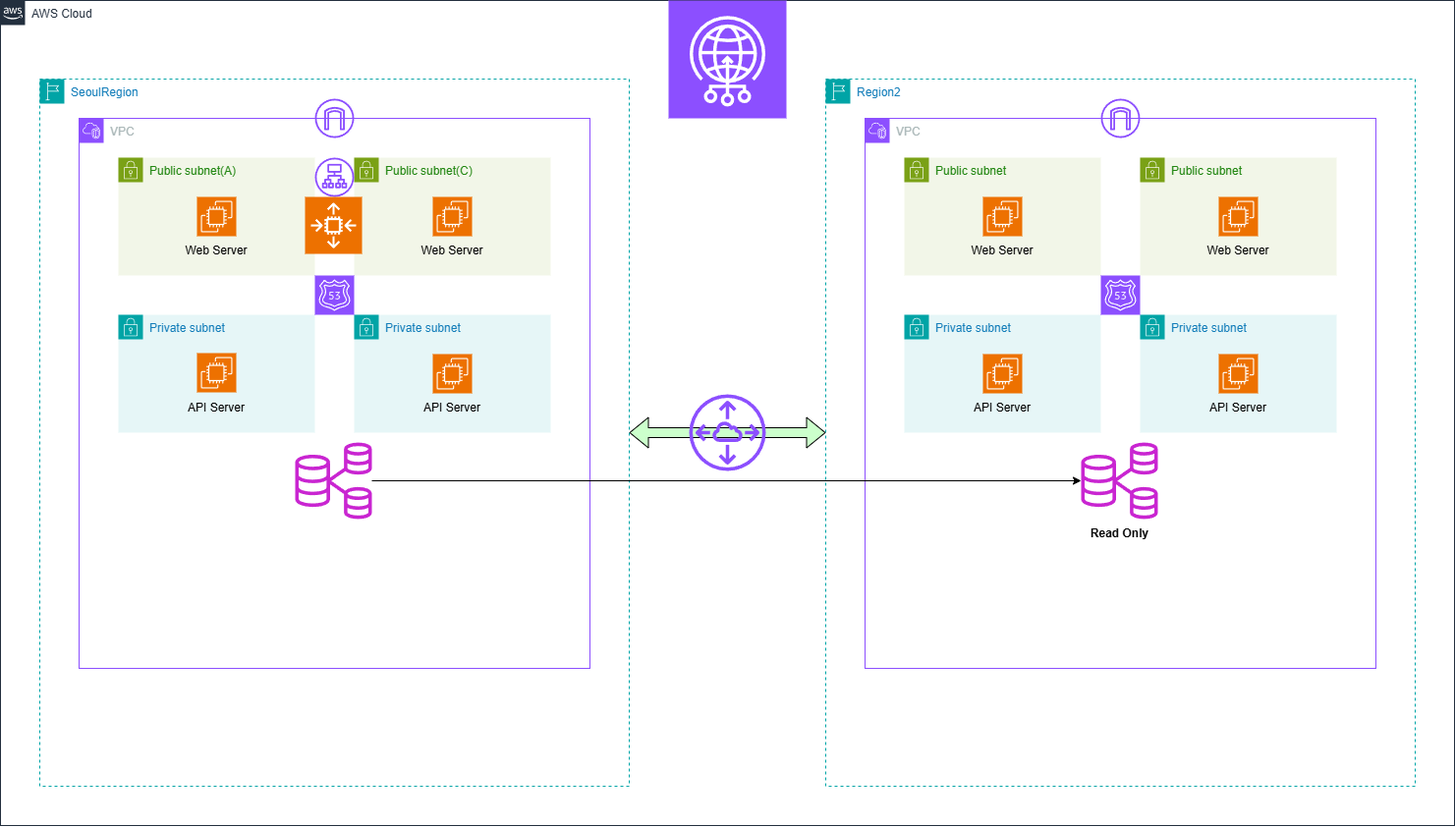
Earlier version of the draw.io export Ideas/Infra구성도.png (NoJamBean/Revolution). Source tidied: cells renumbered, new cells last; positions are measured from the earlier drawing's top-left corner, leaving out a move shared by most shapes.
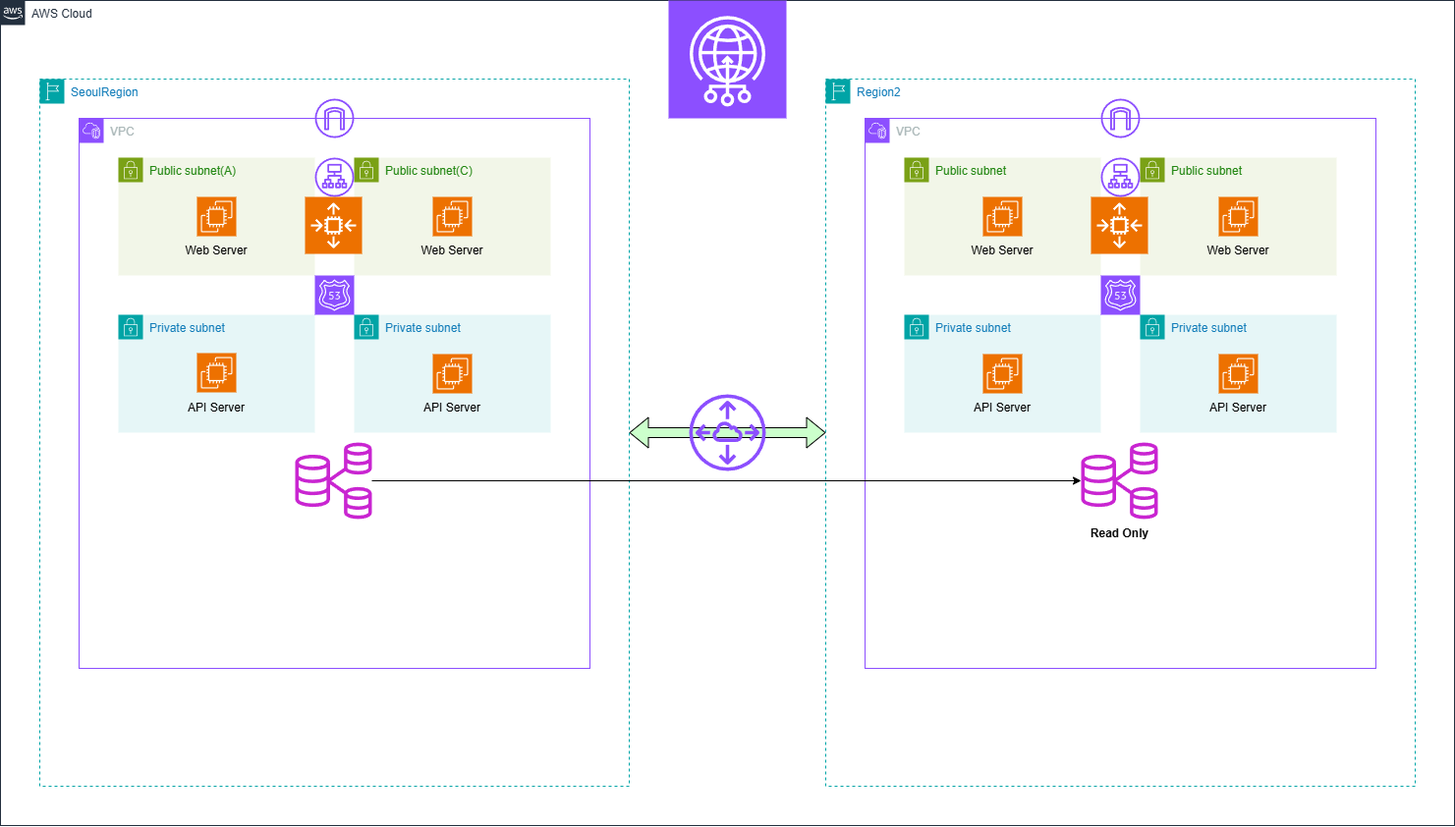
The same diagram one commit later.

Commit message:
초기 Infra구성도 다시 커밋

The edit, as a diff of the source:
```diff
@@ -62,6 +62,12 @@
     <mxCell id="21" value="&lt;b&gt;Read Only&lt;/b&gt;" style="text;html=1;align=center;verticalAlign=middle;whiteSpace=wrap;rounded=0;" parent="5" vertex="1">
       <mxGeometry x="223.5" y="408" width="71" height="30" as="geometry" />
     </mxCell>
+    <mxCell id="44" style="sketch=0;fontColor=#232F3E;fillColor=#ED7100;strokeColor=#ffffff;dashed=0;verticalLabelPosition=bottom;verticalAlign=top;align=center;html=1;fontSize=12;fontStyle=0;shape=mxgraph.aws4.resourceIcon;resIcon=mxgraph.aws4.auto_scaling2;" parent="5" vertex="1">
+      <mxGeometry x="230" y="80" width="58" height="58" as="geometry" />
+    </mxCell>
+    <mxCell id="45" style="sketch=0;fontColor=#232F3E;gradientColor=none;fillColor=#8C4FFF;strokeColor=none;dashed=0;verticalLabelPosition=bottom;verticalAlign=top;align=center;html=1;fontSize=12;fontStyle=0;shape=mxgraph.aws4.application_load_balancer;" parent="5" vertex="1">
+      <mxGeometry x="240" y="40" width="40" height="40" as="geometry" />
+    </mxCell>
     <mxCell id="22" value="SeoulRegion" style="points=[[0,0],[0.25,0],[0.5,0],[0.75,0],[1,0],[1,0.25],[1,0.5],[1,0.75],[1,1],[0.75,1],[0.5,1],[0.25,1],[0,1],[0,0.75],[0,0.5],[0,0.25]];outlineConnect=0;gradientColor=none;html=1;whiteSpace=wrap;fontSize=12;fontStyle=0;shape=mxgraph.aws4.group;grIcon=mxgraph.aws4.group_region;strokeColor=#00A4A6;fillColor=none;verticalAlign=top;align=left;spacingLeft=30;fontColor=#147EBA;dashed=1;" parent="2" vertex="1">
       <mxGeometry x="40" y="80" width="600" height="720" as="geometry" />
     </mxCell>
```
